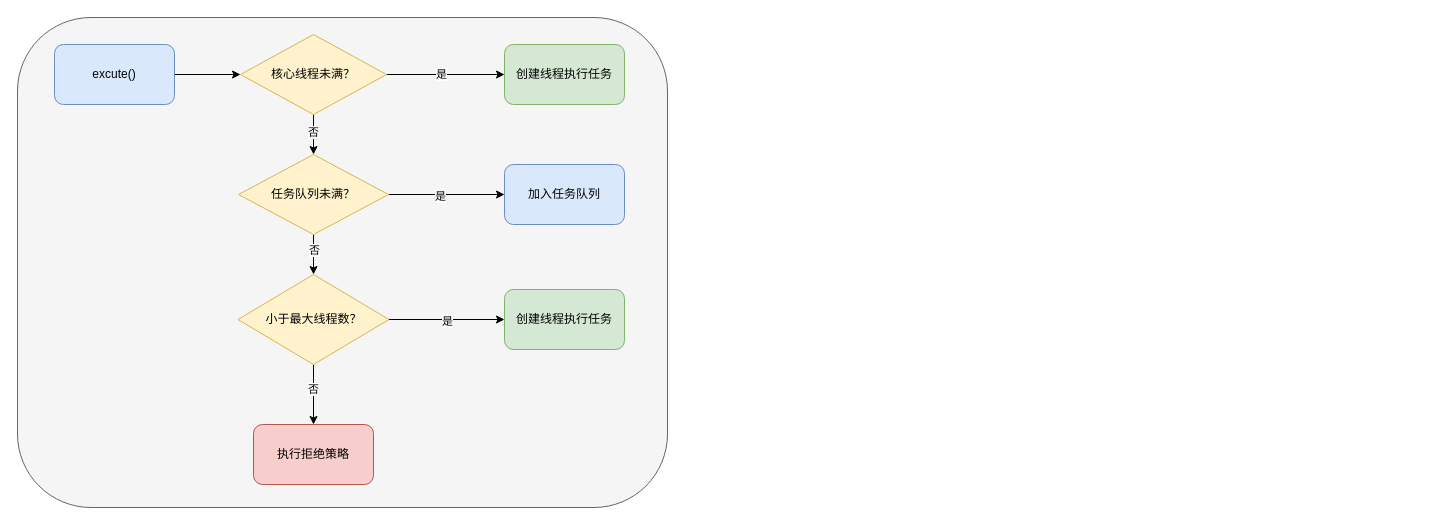
Before: 并发相关.drawio in 02maple/drawio, a draw.io diagram. Source tidied: cells renumbered, new cells numbered last; positions are measured from the earlier drawing's top-left corner, leaving out a move shared by most shapes. Both pictures are drawn from the tidied source at 100%, with x=0, y=0 at pixel (17, 17).
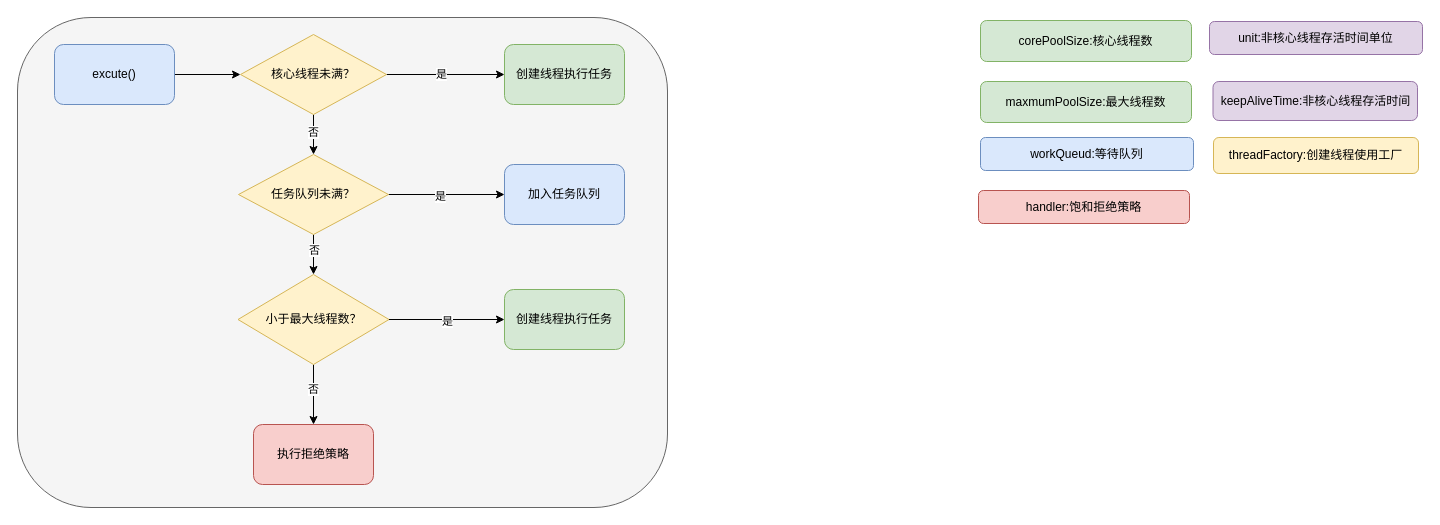
Above is the later version.

Commit message (it also covers changes not shown here):
更新并发相关.drawio

Diff of the diagram source:
```diff
@@
+    <mxCell id="25" value="corePoolSize:&lt;span style=&quot;background-color: transparent; color: light-dark(rgb(0, 0, 0), rgb(255, 255, 255));&quot;&gt;核心线程数&lt;/span&gt;" style="rounded=1;whiteSpace=wrap;html=1;flipV=1;flipH=1;fillColor=#d5e8d4;strokeColor=#82b366;" parent="1" vertex="1">
+      <mxGeometry x="963" y="3" width="211" height="41" as="geometry" />
+    </mxCell>
+    <mxCell id="26" value="handler:饱和拒绝策略" style="rounded=1;whiteSpace=wrap;html=1;flipV=1;flipH=1;fillColor=#f8cecc;strokeColor=#b85450;" parent="1" vertex="1">
+      <mxGeometry x="961" y="173" width="211" height="33" as="geometry" />
+    </mxCell>
+    <mxCell id="27" value="workQueud:等待队列" style="rounded=1;whiteSpace=wrap;html=1;flipV=1;flipH=1;fillColor=#dae8fc;strokeColor=#6c8ebf;" parent="1" vertex="1">
+      <mxGeometry x="963" y="120" width="213" height="33" as="geometry" />
+    </mxCell>
+    <mxCell id="28" value="keepAliveTime&lt;span style=&quot;background-color: transparent; color: light-dark(rgb(0, 0, 0), rgb(255, 255, 255));&quot;&gt;:非核心线程存活时间&lt;/span&gt;" style="rounded=1;whiteSpace=wrap;html=1;flipV=1;flipH=1;fillColor=#e1d5e7;strokeColor=#9673a6;" parent="1" vertex="1">
+      <mxGeometry x="1195.5" y="64" width="204.5" height="39" as="geometry" />
+    </mxCell>
+    <mxCell id="29" value="maxmumPoolSize&lt;span style=&quot;background-color: transparent; color: light-dark(rgb(0, 0, 0), rgb(255, 255, 255));&quot;&gt;:最大线程数&lt;/span&gt;" style="rounded=1;whiteSpace=wrap;html=1;flipV=1;flipH=1;fillColor=#d5e8d4;strokeColor=#82b366;" parent="1" vertex="1">
+      <mxGeometry x="963" y="64" width="211" height="41" as="geometry" />
+    </mxCell>
+    <mxCell id="30" value="unit&lt;span style=&quot;background-color: transparent; color: light-dark(rgb(0, 0, 0), rgb(255, 255, 255));&quot;&gt;:非核心线程存活时间单位&lt;/span&gt;" style="rounded=1;whiteSpace=wrap;html=1;flipV=1;flipH=1;fillColor=#e1d5e7;strokeColor=#9673a6;" parent="1" vertex="1">
+      <mxGeometry x="1192" y="4" width="213" height="33" as="geometry" />
+    </mxCell>
+    <mxCell id="31" value="threadFactory:创建线程使用工厂" style="rounded=1;whiteSpace=wrap;html=1;flipV=1;flipH=1;fillColor=#fff2cc;strokeColor=#d6b656;" parent="1" vertex="1">
+      <mxGeometry x="1196" y="120" width="205" height="36" as="geometry" />
+    </mxCell>
```
